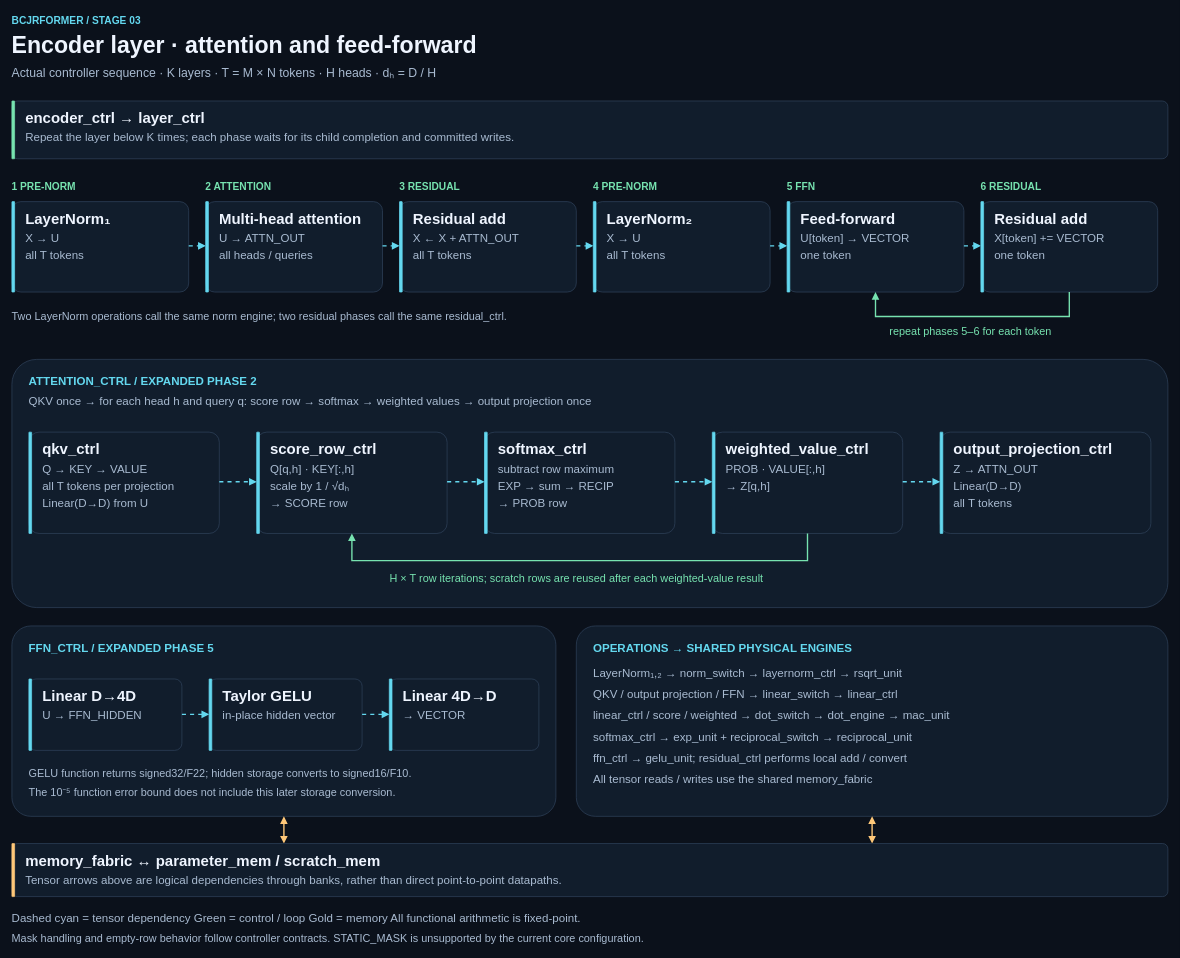
taymor3/ASIC-bcjrformer keeps this draw.io diagram as docs/images/bcjrformer-encoder-detail.drawio. Above is the earlier version. Source tidied: cells renumbered, new cells numbered last; positions are measured from the earlier drawing's top-left corner, leaving out a move shared by most shapes. Both pictures are drawn from the tidied source at 68%, with x=0, y=0 at pixel (12, 12).
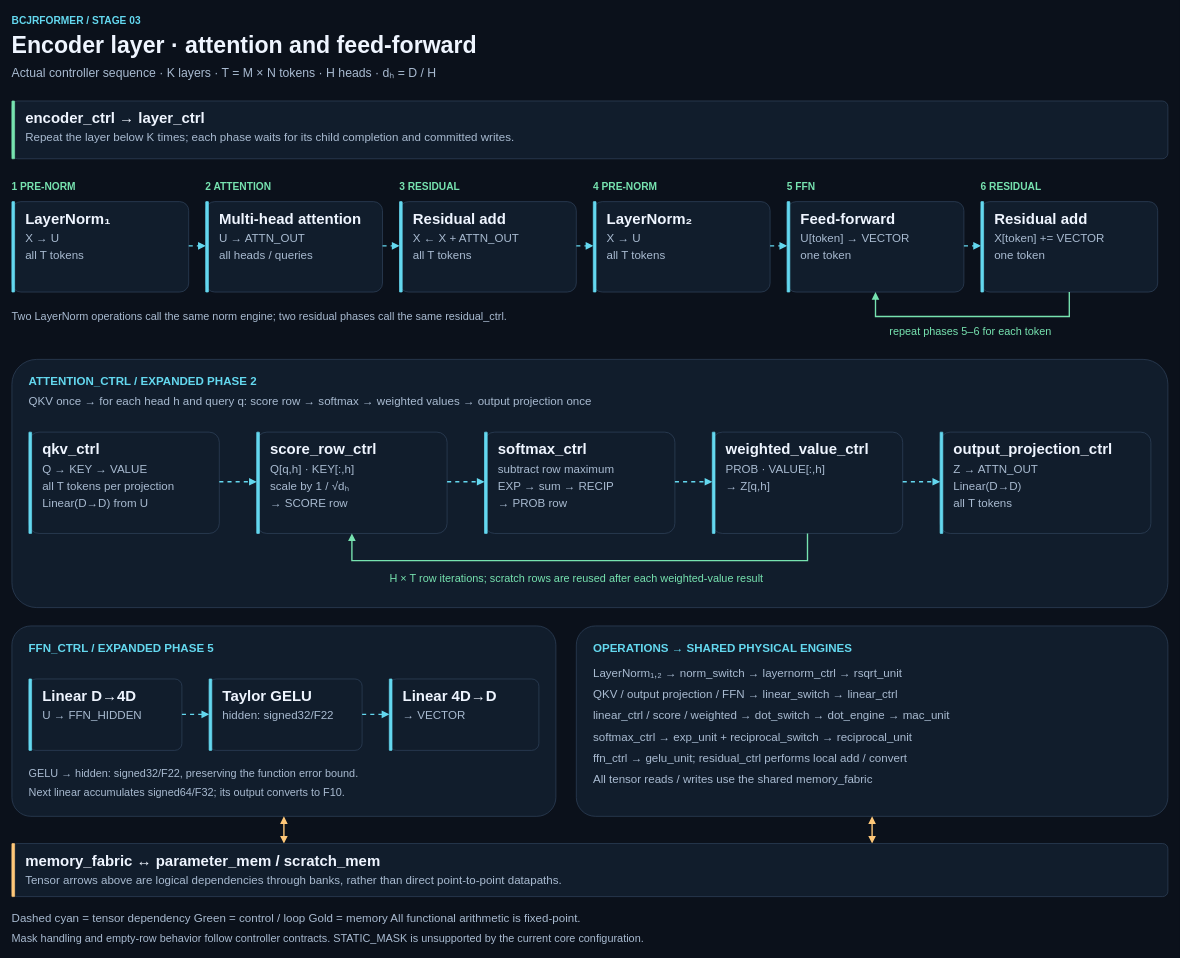
Above is the later version.

What changed in the source:
```diff
@@
-    <mxCell id="100" value="in-place hidden vector" style="text;html=0;align=left;verticalAlign=middle;whiteSpace=wrap;rounded=0;strokeColor=none;fillColor=none;fontFamily=Arial;fontSize=17;fontColor=#a9bbd1;fontStyle=0;spacing=0;" parent="1" vertex="1">
-      <mxGeometry x="310" y="1023" width="246.9" height="26" as="geometry" />
+    <mxCell id="100" value="hidden: signed32/F22" style="text;html=0;align=left;verticalAlign=middle;whiteSpace=wrap;rounded=0;strokeColor=none;fillColor=none;fontFamily=Arial;fontSize=17;fontColor=#a9bbd1;fontStyle=0;spacing=0;" parent="1" vertex="1">
+      <mxGeometry x="310" y="1023" width="225.8" height="26" as="geometry" />
     </mxCell>
@@
-    <mxCell id="107" value="GELU function returns signed32/F22; hidden storage converts to signed16/F10." style="text;html=0;align=left;verticalAlign=middle;whiteSpace=wrap;rounded=0;strokeColor=none;fillColor=none;fontFamily=Arial;fontSize=16;fontColor=#a9bbd1;fontStyle=0;spacing=0;" parent="1" vertex="1">
-      <mxGeometry x="25" y="1107" width="768.9" height="25" as="geometry" />
+    <mxCell id="107" value="GELU → hidden: signed32/F22, preserving the function error bound." style="text;html=0;align=left;verticalAlign=middle;whiteSpace=wrap;rounded=0;strokeColor=none;fillColor=none;fontFamily=Arial;fontSize=16;fontColor=#a9bbd1;fontStyle=0;spacing=0;" parent="1" vertex="1">
+      <mxGeometry x="25" y="1107" width="659.8" height="25" as="geometry" />
     </mxCell>
-    <mxCell id="108" value="The 10⁻⁵ function error bound does not include this later storage conversion." style="text;html=0;align=left;verticalAlign=middle;whiteSpace=wrap;rounded=0;strokeColor=none;fillColor=none;fontFamily=Arial;fontSize=16;fontColor=#a9bbd1;fontStyle=0;spacing=0;" parent="1" vertex="1">
-      <mxGeometry x="25" y="1135" width="778.8" height="25" as="geometry" />
+    <mxCell id="108" value="Next linear accumulates signed64/F32; its output converts to F10." style="text;html=0;align=left;verticalAlign=middle;whiteSpace=wrap;rounded=0;strokeColor=none;fillColor=none;fontFamily=Arial;fontSize=16;fontColor=#a9bbd1;fontStyle=0;spacing=0;" parent="1" vertex="1">
+      <mxGeometry x="25" y="1135" width="659.8" height="25" as="geometry" />
     </mxCell>
```
